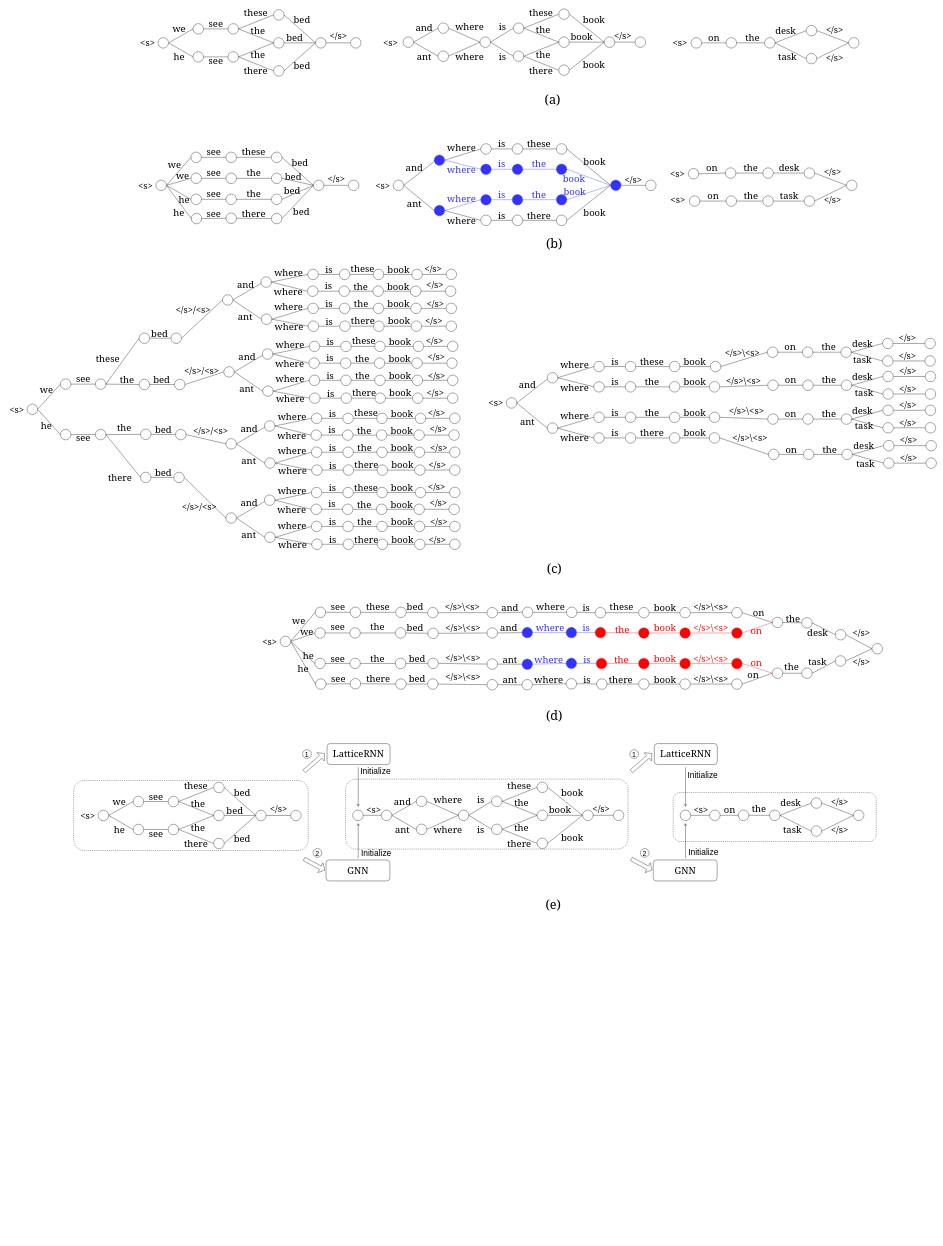
Above: figures/Cross-Utterance LM based Lattice Rescoring.drawio in AmourWaltz/OtherProjects (draw.io), before the change. Source tidied: cells renumbered, new cells numbered last; positions are measured from the earlier drawing's top-left corner, leaving out a move shared by most shapes. Both pictures are drawn from the tidied source at 35%, with x=0, y=0 at pixel (6, 9).
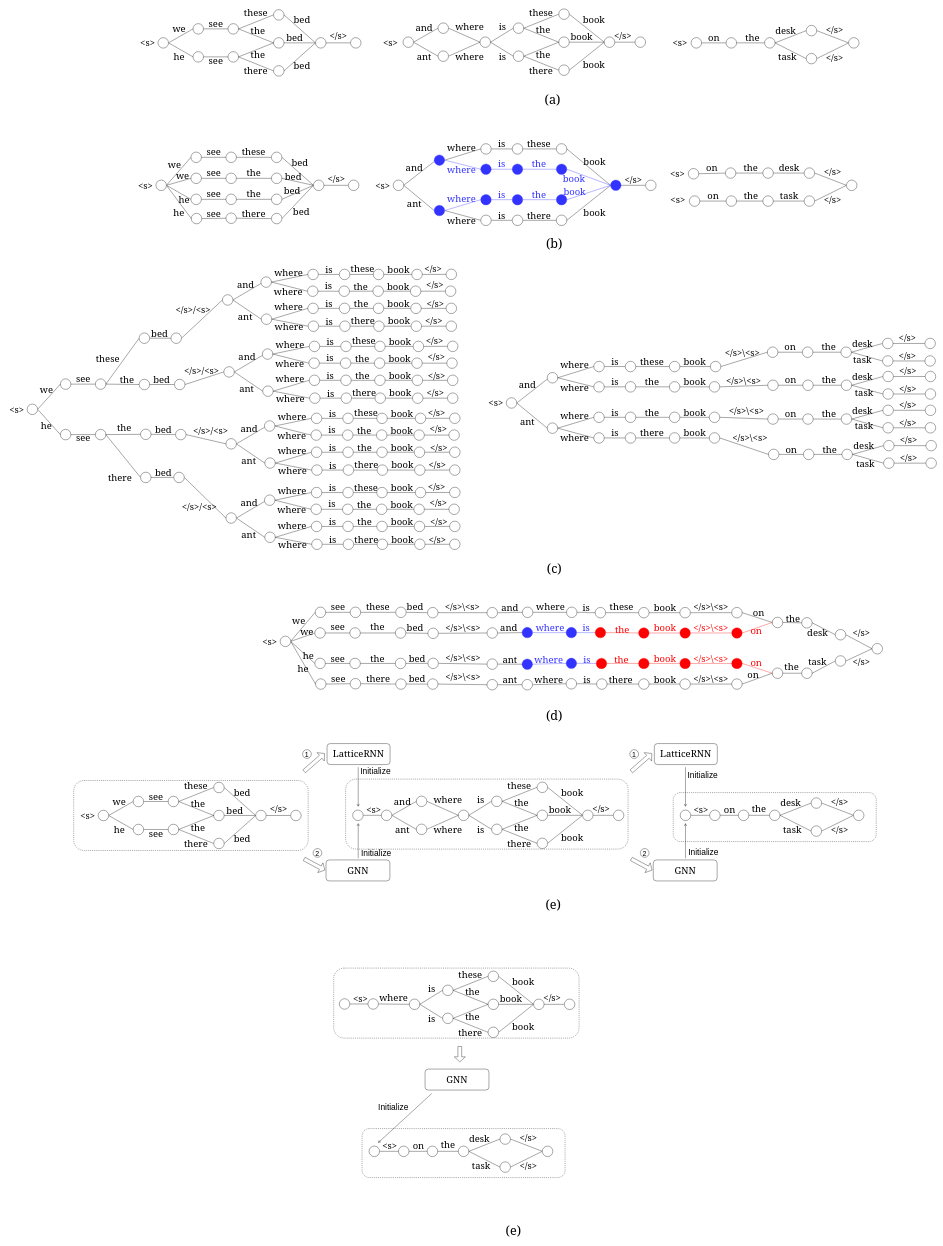
Above is the later version.

Change to the diagram source:
```diff
@@
+    <mxCell id="974" style="rounded=1;whiteSpace=wrap;html=1;fontFamily=Georgia;fontSize=27;fontColor=#000000;strokeColor=#000000;fillColor=none;dashed=1;" parent="1" vertex="1">
+      <mxGeometry x="1017" y="3199" width="580" height="140" as="geometry" />
+    </mxCell>
@@
+    <mxCell id="975" style="ellipse;whiteSpace=wrap;html=1;fontColor=#FF0000;fillColor=none;strokeColor=#000000;" parent="1" vertex="1">
+      <mxGeometry x="1121" y="3249" width="30" height="30" as="geometry" />
+    </mxCell>
+    <mxCell id="976" style="rounded=0;jettySize=auto;html=1;exitX=1;exitY=0.5;exitDx=0;exitDy=0;entryX=0;entryY=0.5;entryDx=0;entryDy=0;endArrow=none;endFill=0;fontColor=#FF0000;strokeColor=#000000;" parent="1" edge="1" source="975" target="978">
+      <mxGeometry relative="1" as="geometry" />
+    </mxCell>
+    <mxCell id="977" style="edgeStyle=none;rounded=0;jettySize=auto;html=1;exitX=1;exitY=0.5;exitDx=0;exitDy=0;entryX=0;entryY=0.5;entryDx=0;entryDy=0;endArrow=none;endFill=0;fontColor=#FF0000;strokeColor=#000000;" parent="1" edge="1" source="978" target="981">
+      <mxGeometry relative="1" as="geometry" />
+    </mxCell>
+    <mxCell id="978" style="ellipse;whiteSpace=wrap;html=1;fontColor=#FF0000;fillColor=none;strokeColor=#000000;" parent="1" vertex="1">
+      <mxGeometry x="1203" y="3249" width="30" height="30" as="geometry" />
+    </mxCell>
+    <mxCell id="979" style="edgeStyle=none;rounded=0;jettySize=auto;html=1;exitX=1;exitY=0.5;exitDx=0;exitDy=0;entryX=0;entryY=0.5;entryDx=0;entryDy=0;fontSize=18;endArrow=none;endFill=0;" parent="1" edge="1" source="981" target="983">
+      <mxGeometry relative="1" as="geometry" />
+    </mxCell>
+    <mxCell id="980" style="edgeStyle=none;rounded=0;jettySize=auto;html=1;exitX=1;exitY=0.5;exitDx=0;exitDy=0;entryX=0;entryY=0.5;entryDx=0;entryDy=0;fontSize=18;endArrow=none;endFill=0;" parent="1" edge="1" source="981" target="985">
+      <mxGeometry relative="1" as="geometry" />
+    </mxCell>
+    <mxCell id="981" style="ellipse;whiteSpace=wrap;html=1;fontColor=#FF0000;fillColor=none;strokeColor=#000000;" parent="1" vertex="1">
+      <mxGeometry x="1292" y="3249" width="30" height="30" as="geometry" />
+    </mxCell>
+    <mxCell id="982" style="edgeStyle=none;rounded=0;jettySize=auto;html=1;exitX=1;exitY=0.5;exitDx=0;exitDy=0;entryX=0;entryY=0.5;entryDx=0;entryDy=0;fontSize=18;endArrow=none;endFill=0;" parent="1" edge="1" source="983" target="986">
+      <mxGeometry relative="1" as="geometry" />
+    </mxCell>
+    <mxCell id="983" style="ellipse;whiteSpace=wrap;html=1;" parent="1" vertex="1">
+      <mxGeometry x="1411" y="3214" width="30" height="30" as="geometry" />
+    </mxCell>
+    <mxCell id="984" style="edgeStyle=none;rounded=0;jettySize=auto;html=1;exitX=1;exitY=0.5;exitDx=0;exitDy=0;fontSize=18;endArrow=none;endFill=0;entryX=0;entryY=0.5;entryDx=0;entryDy=0;" parent="1" edge="1" source="985" target="986">
+      <mxGeometry relative="1" as="geometry" />
+    </mxCell>
+    <mxCell id="985" style="ellipse;whiteSpace=wrap;html=1;" parent="1" vertex="1">
+      <mxGeometry x="1411" y="3294" width="30" height="30" as="geometry" />
+    </mxCell>
+    <mxCell id="986" style="ellipse;whiteSpace=wrap;html=1;" parent="1" vertex="1">
+      <mxGeometry x="1532" y="3249" width="30" height="30" as="geometry" />
+    </mxCell>
+    <mxCell id="987" value="&lt;font style=&quot;font-size: 27px&quot; face=&quot;Georgia&quot;&gt;on&lt;/font&gt;" style="text;html=1;align=center;verticalAlign=middle;strokeColor=none;fillColor=none;fontColor=#000000;" parent="1" vertex="1">
+      <mxGeometry x="1153" y="3239" width="50" height="20" as="geometry" />
+    </mxCell>
+    <mxCell id="988" value="&lt;font style=&quot;font-size: 27px&quot; face=&quot;Georgia&quot;&gt;the&lt;/font&gt;" style="text;html=1;align=center;verticalAlign=middle;strokeColor=none;fillColor=none;fontColor=#000000;" parent="1" vertex="1">
+      <mxGeometry x="1237" y="3236" width="50" height="20" as="geometry" />
+    </mxCell>
+    <mxCell id="989" value="&lt;font style=&quot;font-size: 27px&quot; face=&quot;Georgia&quot;&gt;desk&lt;/font&gt;" style="text;html=1;align=center;verticalAlign=middle;strokeColor=none;fillColor=none;" parent="1" vertex="1">
+      <mxGeometry x="1317" y="3219" width="70" height="20" as="geometry" />
+    </mxCell>
+    <mxCell id="990" value="&lt;font style=&quot;font-size: 27px&quot; face=&quot;Georgia&quot;&gt;task&lt;/font&gt;" style="text;html=1;align=center;verticalAlign=middle;strokeColor=none;fillColor=none;" parent="1" vertex="1">
+      <mxGeometry x="1327" y="3294" width="60" height="20" as="geometry" />
+    </mxCell>
+    <mxCell id="991" value="&lt;font style=&quot;font-size: 27px&quot; face=&quot;Georgia&quot;&gt;&amp;lt;/s&amp;gt;&lt;/font&gt;" style="text;html=1;align=center;verticalAlign=middle;strokeColor=none;fillColor=none;" parent="1" vertex="1">
+      <mxGeometry x="1457" y="3216" width="70" height="20" as="geometry" />
+    </mxCell>
+    <mxCell id="992" value="&lt;font style=&quot;font-size: 27px&quot; face=&quot;Georgia&quot;&gt;&amp;lt;/s&amp;gt;&lt;/font&gt;" style="text;html=1;align=center;verticalAlign=middle;strokeColor=none;fillColor=none;" parent="1" vertex="1">
+      <mxGeometry x="1457" y="3296" width="70" height="20" as="geometry" />
+    </mxCell>
+    <mxCell id="993" style="edgeStyle=none;rounded=0;jettySize=auto;html=1;exitX=1;exitY=0.5;exitDx=0;exitDy=0;entryX=0;entryY=0.5;entryDx=0;entryDy=0;fontFamily=Georgia;fontSize=27;fontColor=#000000;endArrow=none;endFill=0;strokeColor=#000000;" parent="1" edge="1" source="994" target="975">
+      <mxGeometry relative="1" as="geometry" />
+    </mxCell>
+    <mxCell id="994" style="ellipse;whiteSpace=wrap;html=1;" parent="1" vertex="1">
+      <mxGeometry x="1037" y="3249" width="30" height="30" as="geometry" />
+    </mxCell>
+    <mxCell id="995" value="&lt;font style=&quot;font-size: 27px&quot; face=&quot;Georgia&quot;&gt;&amp;lt;s&amp;gt;&lt;/font&gt;" style="text;html=1;align=center;verticalAlign=middle;points=[];strokeColor=none;fillColor=none;" parent="1" vertex="1">
+      <mxGeometry x="1066" y="3238" width="60" height="20" as="geometry" />
+    </mxCell>
+    <mxCell id="996" style="rounded=1;whiteSpace=wrap;html=1;fontFamily=Georgia;fontSize=27;fontColor=#000000;strokeColor=#000000;fillColor=none;dashed=1;" parent="1" vertex="1">
+      <mxGeometry x="936" y="2740.5" width="701" height="200" as="geometry" />
+    </mxCell>
+    <mxCell id="997" style="shape=flexArrow;endArrow=classic;html=1;rounded=0;fontFamily=Georgia;fontSize=27;fontColor=#000000;strokeColor=#000000;width=10.833333333333334;endSize=4.508333333333334;" parent="1" edge="1">
+      <mxGeometry relative="1" as="geometry">
+        <mxPoint x="1296.2" y="2964" as="sourcePoint" />
+        <mxPoint x="1296.2" y="3009" as="targetPoint" />
+      </mxGeometry>
+    </mxCell>
+    <mxCell id="998" value="GNN" style="rounded=1;whiteSpace=wrap;html=1;fontFamily=Georgia;fontSize=27;fontColor=#000000;strokeColor=#000000;fillColor=none;" parent="1" vertex="1">
+      <mxGeometry x="1197" y="3029" width="182.5" height="60" as="geometry" />
+    </mxCell>
+    <mxCell id="999" style="endArrow=open;html=1;rounded=0;fontFamily=Georgia;fontSize=27;fontColor=#000000;strokeColor=#000000;endFill=0;entryX=-0.056;entryY=0.088;entryDx=0;entryDy=0;entryPerimeter=0;" parent="1" edge="1" target="995">
+      <mxGeometry relative="1" as="geometry">
+        <mxPoint x="1216" y="3099" as="sourcePoint" />
+      </mxGeometry>
+    </mxCell>
+    <mxCell id="1000" value="&lt;font color=&quot;#000000&quot; style=&quot;font-size: 24px&quot;&gt;Initialize&lt;/font&gt;" style="text;html=1;align=center;verticalAlign=middle;strokeColor=none;fillColor=none;fontColor=#FF0000;" parent="1" vertex="1">
+      <mxGeometry x="1056" y="3129" width="100" height="20" as="geometry" />
+    </mxCell>
+    <mxCell id="1001" style="rounded=0;jettySize=auto;html=1;exitX=1;exitY=0.5;exitDx=0;exitDy=0;entryX=0;entryY=0.5;entryDx=0;entryDy=0;endArrow=none;endFill=0;fontColor=#000000;strokeColor=#000000;fillColor=#e51400;" parent="1" edge="1" source="1003" target="1006">
+      <mxGeometry relative="1" as="geometry" />
+    </mxCell>
+    <mxCell id="1002" style="edgeStyle=none;rounded=0;jettySize=auto;html=1;exitX=1;exitY=0.5;exitDx=0;exitDy=0;entryX=0;entryY=0.5;entryDx=0;entryDy=0;endArrow=none;endFill=0;fontColor=#000000;strokeColor=#000000;fillColor=#e51400;" parent="1" edge="1" source="1003" target="1009">
+      <mxGeometry relative="1" as="geometry" />
+    </mxCell>
+    <mxCell id="1003" style="ellipse;whiteSpace=wrap;html=1;fillColor=none;" parent="1" vertex="1">
+      <mxGeometry x="1152" y="2829" width="30" height="30" as="geometry" />
+    </mxCell>
+    <mxCell id="1004" style="edgeStyle=none;rounded=0;jettySize=auto;html=1;exitX=1;exitY=0.5;exitDx=0;exitDy=0;entryX=0;entryY=0.5;entryDx=0;entryDy=0;endArrow=none;endFill=0;" parent="1" edge="1" source="1006" target="1011">
+      <mxGeometry relative="1" as="geometry" />
+    </mxCell>
+    <mxCell id="1005" style="edgeStyle=none;rounded=0;jettySize=auto;html=1;exitX=1;exitY=0.5;exitDx=0;exitDy=0;entryX=0;entryY=0.5;entryDx=0;entryDy=0;endArrow=none;endFill=0;strokeColor=#000000;fillColor=#e51400;" parent="1" edge="1" source="1006" target="1013">
+      <mxGeometry relative="1" as="geometry" />
+    </mxCell>
+    <mxCell id="1006" style="ellipse;whiteSpace=wrap;html=1;fillColor=none;fontColor=#000000;" parent="1" vertex="1">
+      <mxGeometry x="1247" y="2789" width="30" height="30" as="geometry" />
+    </mxCell>
+    <mxCell id="1007" style="edgeStyle=none;rounded=0;jettySize=auto;html=1;exitX=1;exitY=0.5;exitDx=0;exitDy=0;endArrow=none;endFill=0;entryX=0;entryY=0.5;entryDx=0;entryDy=0;strokeColor=#000000;fillColor=#e51400;" parent="1" edge="1" source="1009" target="1013">
+      <mxGeometry relative="1" as="geometry" />
+    </mxCell>
+    <mxCell id="1008" style="edgeStyle=none;rounded=0;jettySize=auto;html=1;exitX=1;exitY=0.5;exitDx=0;exitDy=0;entryX=0;entryY=0.5;entryDx=0;entryDy=0;endArrow=none;endFill=0;" parent="1" edge="1" source="1009" target="1015">
+      <mxGeometry relative="1" as="geometry" />
+    </mxCell>
+    <mxCell id="1009" style="ellipse;whiteSpace=wrap;html=1;fillColor=none;fontColor=#000000;" parent="1" vertex="1">
+      <mxGeometry x="1247" y="2869" width="30" height="30" as="geometry" />
+    </mxCell>
+    <mxCell id="1010" style="edgeStyle=none;rounded=0;jettySize=auto;html=1;exitX=1;exitY=0.5;exitDx=0;exitDy=0;entryX=0;entryY=0.5;entryDx=0;entryDy=0;fontSize=18;endArrow=none;endFill=0;" parent="1" edge="1" source="1011" target="1018">
+      <mxGeometry relative="1" as="geometry" />
+    </mxCell>
+    <mxCell id="1011" style="ellipse;whiteSpace=wrap;html=1;" parent="1" vertex="1">
+      <mxGeometry x="1377" y="2749" width="30" height="30" as="geometry" />
+    </mxCell>
+    <mxCell id="1012" style="edgeStyle=none;rounded=0;jettySize=auto;html=1;exitX=1;exitY=0.5;exitDx=0;exitDy=0;entryX=0;entryY=0.5;entryDx=0;entryDy=0;fontSize=18;endArrow=none;endFill=0;" parent="1" edge="1" source="1013" target="1018">
+      <mxGeometry relative="1" as="geometry" />
+    </mxCell>
+    <mxCell id="1013" style="ellipse;whiteSpace=wrap;html=1;fillColor=none;" parent="1" vertex="1">
+      <mxGeometry x="1377" y="2829" width="30" height="30" as="geometry" />
+    </mxCell>
+    <mxCell id="1014" style="edgeStyle=none;rounded=0;jettySize=auto;html=1;exitX=1;exitY=0.5;exitDx=0;exitDy=0;entryX=0;entryY=0.5;entryDx=0;entryDy=0;fontSize=18;endArrow=none;endFill=0;" parent="1" edge="1" source="1015" target="1018">
+      <mxGeometry relative="1" as="geometry" />
+    </mxCell>
+    <mxCell id="1015" style="ellipse;whiteSpace=wrap;html=1;" parent="1" vertex="1">
+      <mxGeometry x="1377" y="2909" width="30" height="30" as="geometry" />
+    </mxCell>
+    <mxCell id="1016" style="edgeStyle=none;rounded=0;jettySize=auto;html=1;exitX=1;exitY=0.5;exitDx=0;exitDy=0;entryX=0;entryY=0.5;entryDx=0;entryDy=0;fontSize=18;endArrow=none;endFill=0;" parent="1" edge="1" source="1032" target="1003">
+      <mxGeometry relative="1" as="geometry" />
+    </mxCell>
+    <mxCell id="1017" style="edgeStyle=none;rounded=0;jettySize=auto;html=1;exitX=1;exitY=0.5;exitDx=0;exitDy=0;entryX=0;entryY=0.5;entryDx=0;entryDy=0;fontSize=18;endArrow=none;endFill=0;" parent="1" edge="1" source="1018" target="1019">
+      <mxGeometry relative="1" as="geometry" />
+    </mxCell>
+    <mxCell id="1018" style="ellipse;whiteSpace=wrap;html=1;" parent="1" vertex="1">
+      <mxGeometry x="1507" y="2829" width="30" height="30" as="geometry" />
+    </mxCell>
+    <mxCell id="1019" style="ellipse;whiteSpace=wrap;html=1;" parent="1" vertex="1">
+      <mxGeometry x="1595" y="2829" width="30" height="30" as="geometry" />
+    </mxCell>
+    <mxCell id="1020" value="&lt;font style=&quot;font-size: 27px&quot; face=&quot;Georgia&quot;&gt;&amp;lt;s&amp;gt;&lt;/font&gt;" style="text;html=1;align=center;verticalAlign=middle;strokeColor=none;fillColor=none;" parent="1" vertex="1">
+      <mxGeometry x="981.8" y="2818" width="60" height="20" as="geometry" />
+    </mxCell>
+    <mxCell id="1021" value="&lt;font style=&quot;font-size: 27px&quot; face=&quot;Georgia&quot;&gt;where&lt;/font&gt;" style="text;html=1;align=center;verticalAlign=middle;strokeColor=none;fillColor=none;" parent="1" vertex="1">
+      <mxGeometry x="1062" y="2816" width="90" height="20" as="geometry" />
+    </mxCell>
+    <mxCell id="1022" value="&lt;font style=&quot;font-size: 27px&quot; face=&quot;Georgia&quot;&gt;is&lt;/font&gt;" style="text;html=1;align=center;verticalAlign=middle;strokeColor=none;fillColor=none;fontColor=#000000;" parent="1" vertex="1">
+      <mxGeometry x="1196" y="2789" width="40" height="20" as="geometry" />
+    </mxCell>
+    <mxCell id="1023" value="&lt;font style=&quot;font-size: 27px&quot; face=&quot;Georgia&quot;&gt;is&lt;/font&gt;" style="text;html=1;align=center;verticalAlign=middle;strokeColor=none;fillColor=none;fontColor=#000000;" parent="1" vertex="1">
+      <mxGeometry x="1196" y="2874" width="40" height="20" as="geometry" />
+    </mxCell>
+    <mxCell id="1024" value="&lt;font style=&quot;font-size: 27px&quot; face=&quot;Georgia&quot;&gt;the&lt;/font&gt;" style="text;html=1;align=center;verticalAlign=middle;strokeColor=none;fillColor=none;fontColor=#000000;" parent="1" vertex="1">
+      <mxGeometry x="1307" y="2869" width="50" height="20" as="geometry" />
+    </mxCell>
+    <mxCell id="1025" value="&lt;font style=&quot;font-size: 27px&quot; face=&quot;Georgia&quot;&gt;the&lt;/font&gt;" style="text;html=1;align=center;verticalAlign=middle;strokeColor=none;fillColor=none;fontColor=#000000;" parent="1" vertex="1">
+      <mxGeometry x="1307" y="2799" width="50" height="20" as="geometry" />
+    </mxCell>
+    <mxCell id="1026" value="&lt;font style=&quot;font-size: 27px&quot; face=&quot;Georgia&quot;&gt;these&lt;/font&gt;" style="text;html=1;align=center;verticalAlign=middle;strokeColor=none;fillColor=none;" parent="1" vertex="1">
+      <mxGeometry x="1286" y="2749" width="80" height="20" as="geometry" />
+    </mxCell>
+    <mxCell id="1027" value="&lt;font style=&quot;font-size: 27px&quot; face=&quot;Georgia&quot;&gt;there&lt;/font&gt;" style="text;html=1;align=center;verticalAlign=middle;strokeColor=none;fillColor=none;fontColor=#000000;" parent="1" vertex="1">
+      <mxGeometry x="1286" y="2914" width="80" height="20" as="geometry" />
+    </mxCell>
+    <mxCell id="1028" value="&lt;font style=&quot;font-size: 27px&quot; face=&quot;Georgia&quot;&gt;book&lt;/font&gt;" style="text;html=1;align=center;verticalAlign=middle;strokeColor=none;fillColor=none;" parent="1" vertex="1">
+      <mxGeometry x="1442" y="2769" width="70" height="20" as="geometry" />
+    </mxCell>
+    <mxCell id="1029" value="&lt;font style=&quot;font-size: 27px&quot; face=&quot;Georgia&quot;&gt;book&lt;/font&gt;" style="text;html=1;align=center;verticalAlign=middle;strokeColor=none;fillColor=none;" parent="1" vertex="1">
+      <mxGeometry x="1407" y="2819" width="70" height="20" as="geometry" />
+    </mxCell>
+    <mxCell id="1030" value="&lt;font style=&quot;font-size: 27px&quot; face=&quot;Georgia&quot;&gt;&amp;lt;/s&amp;gt;&lt;/font&gt;" style="text;html=1;align=center;verticalAlign=middle;strokeColor=none;fillColor=none;" parent="1" vertex="1">
+      <mxGeometry x="1525" y="2814" width="70" height="20" as="geometry" />
+    </mxCell>
+    <mxCell id="1031" value="&lt;font style=&quot;font-size: 27px&quot; face=&quot;Georgia&quot;&gt;book&lt;br&gt;&lt;/font&gt;" style="text;html=1;align=center;verticalAlign=middle;strokeColor=none;fillColor=none;" parent="1" vertex="1">
+      <mxGeometry x="1442" y="2899" width="70" height="20" as="geometry" />
+    </mxCell>
+    <mxCell id="1032" style="ellipse;whiteSpace=wrap;html=1;" parent="1" vertex="1">
+      <mxGeometry x="1033.8" y="2828" width="30" height="30" as="geometry" />
+    </mxCell>
+    <mxCell id="1033" style="edgeStyle=orthogonalEdgeStyle;rounded=0;jettySize=auto;html=1;exitX=1;exitY=0.5;exitDx=0;exitDy=0;entryX=0;entryY=0.5;entryDx=0;entryDy=0;endArrow=none;endFill=0;" parent="1" edge="1" source="1034" target="1032">
+      <mxGeometry relative="1" as="geometry" />
+    </mxCell>
+    <mxCell id="1034" style="ellipse;whiteSpace=wrap;html=1;" parent="1" vertex="1">
+      <mxGeometry x="952" y="2828" width="30" height="30" as="geometry" />
+    </mxCell>
+    <mxCell id="1035" value="&lt;font style=&quot;font-size: 36px&quot; face=&quot;Georgia&quot;&gt;(e)&lt;/font&gt;" style="text;html=1;align=center;verticalAlign=middle;strokeColor=none;fillColor=none;fontSize=20;fontFamily=Helvetica;" parent="1" vertex="1">
+      <mxGeometry x="1414" y="3459" width="70" height="60" as="geometry" />
+    </mxCell>
```
